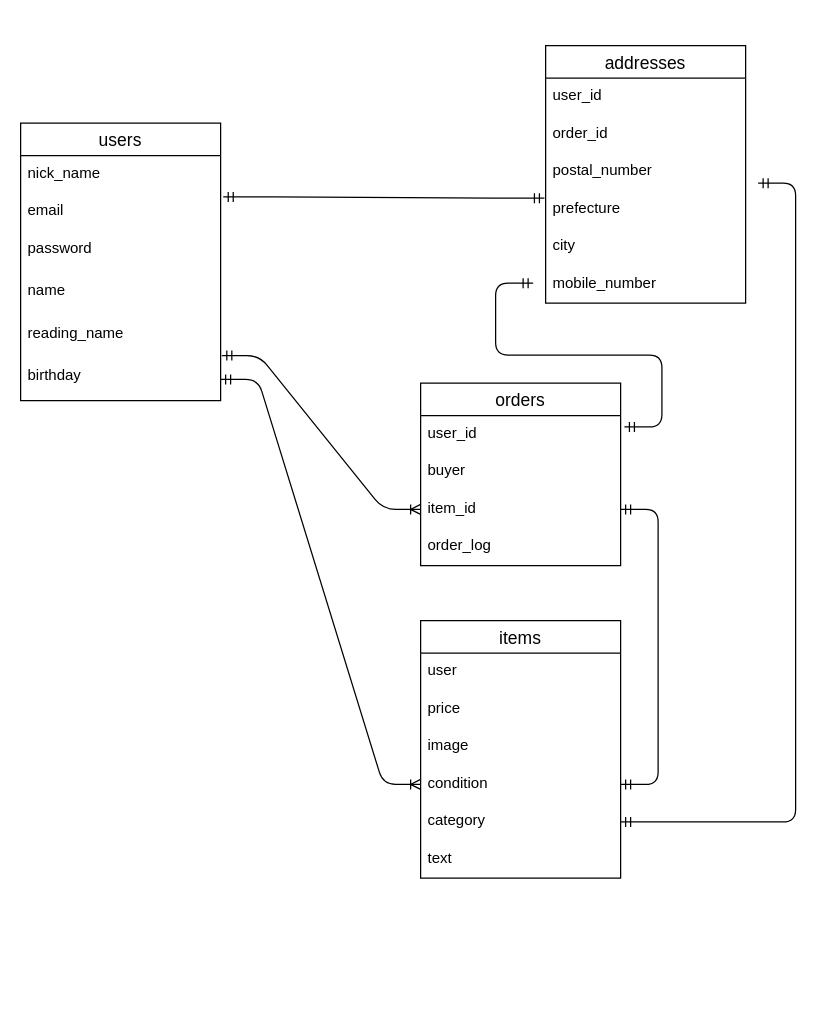
The draw.io diagram furima_ER.dio in naririri/furima-36244, before the edit. Source tidied: cells renumbered, new cells numbered last; positions are measured from the earlier drawing's top-left corner, leaving out a move shared by most shapes. Both pictures are drawn from the tidied source at 125%, with x=0, y=0 at pixel (20, 45).
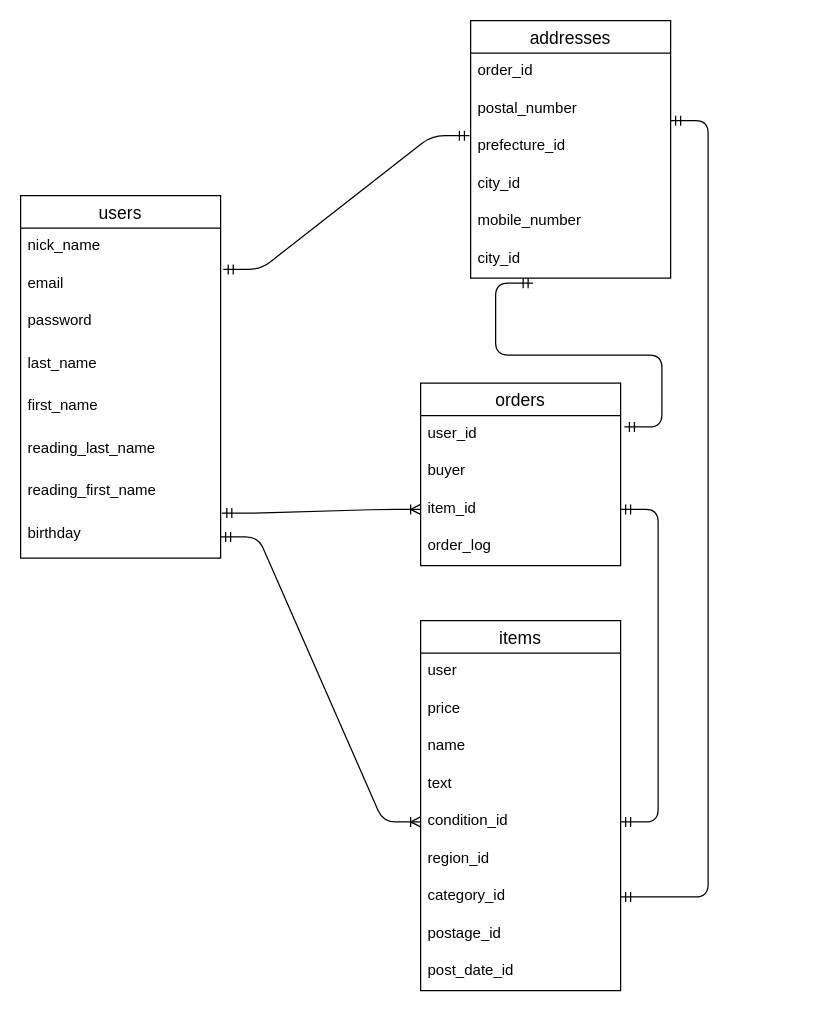
The same diagram, later.

Commit message (it also covers changes not shown here):
Issue3再提出

Change to the diagram source:
```diff
@@
     <mxCell id="2" value="users" style="swimlane;fontStyle=0;horizontal=1;startSize=26;align=center;fontSize=14;" parent="1" vertex="1">
-      <mxGeometry y="62" width="160" height="222" as="geometry" />
+      <mxGeometry y="120" width="160" height="290" as="geometry" />
     </mxCell>
@@
-    <mxCell id="6" value="name" style="text;strokeColor=none;fillColor=none;spacingLeft=4;spacingRight=4;overflow=hidden;fontSize=12;" parent="2" vertex="1">
+    <mxCell id="6" value="last_name" style="text;strokeColor=none;fillColor=none;spacingLeft=4;spacingRight=4;overflow=hidden;fontSize=12;" parent="2" vertex="1">
       <mxGeometry y="120" width="160" height="34" as="geometry" />
     </mxCell>
+    <mxCell id="34" value="first_name" style="text;strokeColor=none;fillColor=none;spacingLeft=4;spacingRight=4;overflow=hidden;fontSize=12;" parent="2" vertex="1">
+      <mxGeometry y="154" width="160" height="34" as="geometry" />
+    </mxCell>
-    <mxCell id="7" value="reading_name" style="text;strokeColor=none;fillColor=none;spacingLeft=4;spacingRight=4;overflow=hidden;fontSize=12;" parent="2" vertex="1">
-      <mxGeometry y="154" width="160" height="34" as="geometry" />
+    <mxCell id="7" value="reading_last_name" style="text;strokeColor=none;fillColor=none;spacingLeft=4;spacingRight=4;overflow=hidden;fontSize=12;" parent="2" vertex="1">
+      <mxGeometry y="188" width="160" height="34" as="geometry" />
     </mxCell>
+    <mxCell id="35" value="reading_first_name" style="text;strokeColor=none;fillColor=none;spacingLeft=4;spacingRight=4;overflow=hidden;fontSize=12;" parent="2" vertex="1">
+      <mxGeometry y="222" width="160" height="34" as="geometry" />
+    </mxCell>
     <mxCell id="8" value="birthday" style="text;strokeColor=none;fillColor=none;spacingLeft=4;spacingRight=4;overflow=hidden;points=[[0,0.5],[1,0.5]];portConstraint=eastwest;fontSize=12;" parent="2" vertex="1">
-      <mxGeometry y="188" width="160" height="34" as="geometry" />
+      <mxGeometry y="256" width="160" height="34" as="geometry" />
     </mxCell>
     <mxCell id="9" value="items" style="swimlane;fontStyle=0;horizontal=1;startSize=26;align=center;fontSize=14;" parent="1" vertex="1">
-      <mxGeometry x="320" y="460" width="160" height="206" as="geometry" />
+      <mxGeometry x="320" y="460" width="160" height="296" as="geometry" />
     </mxCell>
@@
-    <mxCell id="12" value="image" style="text;strokeColor=none;fillColor=none;spacingLeft=4;spacingRight=4;overflow=hidden;fontSize=12;" parent="9" vertex="1">
-      <mxGeometry y="86" width="160" height="30" as="geometry" />
-    </mxCell>
+    <mxCell id="36" value="name" style="text;strokeColor=none;fillColor=none;spacingLeft=4;spacingRight=4;overflow=hidden;fontSize=12;" parent="9" vertex="1">
+      <mxGeometry y="86" width="160" height="30" as="geometry" />
+    </mxCell>
+    <mxCell id="15" value="text" style="text;strokeColor=none;fillColor=none;spacingLeft=4;spacingRight=4;overflow=hidden;fontSize=12;" parent="9" vertex="1">
+      <mxGeometry y="116" width="160" height="30" as="geometry" />
+    </mxCell>
-    <mxCell id="13" value="condition" style="text;strokeColor=none;fillColor=none;spacingLeft=4;spacingRight=4;overflow=hidden;points=[[0,0.5],[1,0.5]];portConstraint=eastwest;fontSize=12;" parent="9" vertex="1">
-      <mxGeometry y="116" width="160" height="30" as="geometry" />
+    <mxCell id="13" value="condition_id&#10;" style="text;strokeColor=none;fillColor=none;spacingLeft=4;spacingRight=4;overflow=hidden;points=[[0,0.5],[1,0.5]];portConstraint=eastwest;fontSize=12;" parent="9" vertex="1">
+      <mxGeometry y="146" width="160" height="30" as="geometry" />
     </mxCell>
+    <mxCell id="37" value="region_id" style="text;strokeColor=none;fillColor=none;spacingLeft=4;spacingRight=4;overflow=hidden;fontSize=12;" parent="9" vertex="1">
+      <mxGeometry y="176" width="160" height="30" as="geometry" />
+    </mxCell>
-    <mxCell id="14" value="category" style="text;strokeColor=none;fillColor=none;spacingLeft=4;spacingRight=4;overflow=hidden;points=[[0,0.5],[1,0.5]];portConstraint=eastwest;fontSize=12;" parent="9" vertex="1">
-      <mxGeometry y="146" width="160" height="30" as="geometry" />
+    <mxCell id="14" value="category_id" style="text;strokeColor=none;fillColor=none;spacingLeft=4;spacingRight=4;overflow=hidden;points=[[0,0.5],[1,0.5]];portConstraint=eastwest;fontSize=12;" parent="9" vertex="1">
+      <mxGeometry y="206" width="160" height="30" as="geometry" />
     </mxCell>
-    <mxCell id="15" value="text" style="text;strokeColor=none;fillColor=none;spacingLeft=4;spacingRight=4;overflow=hidden;fontSize=12;" parent="9" vertex="1">
-      <mxGeometry y="176" width="160" height="30" as="geometry" />
-    </mxCell>
+    <mxCell id="38" value="postage_id" style="text;strokeColor=none;fillColor=none;spacingLeft=4;spacingRight=4;overflow=hidden;fontSize=12;" parent="9" vertex="1">
+      <mxGeometry y="236" width="160" height="30" as="geometry" />
+    </mxCell>
+    <mxCell id="39" value="post_date_id" style="text;strokeColor=none;fillColor=none;spacingLeft=4;spacingRight=4;overflow=hidden;fontSize=12;" parent="9" vertex="1">
+      <mxGeometry y="266" width="160" height="30" as="geometry" />
+    </mxCell>
     <mxCell id="16" value="addresses" style="swimlane;fontStyle=0;horizontal=1;startSize=26;align=center;fontSize=14;" parent="1" vertex="1">
-      <mxGeometry x="420" width="160" height="206" as="geometry" />
+      <mxGeometry x="360" y="-20" width="160" height="206" as="geometry" />
     </mxCell>
-    <mxCell id="17" value="user_id" style="text;strokeColor=none;fillColor=none;spacingLeft=4;spacingRight=4;overflow=hidden;fontSize=12;" parent="16" vertex="1">
-      <mxGeometry y="26" width="160" height="30" as="geometry" />
-    </mxCell>
     <mxCell id="18" value="order_id" style="text;strokeColor=none;fillColor=none;spacingLeft=4;spacingRight=4;overflow=hidden;fontSize=12;" parent="16" vertex="1">
-      <mxGeometry y="56" width="160" height="30" as="geometry" />
+      <mxGeometry y="26" width="160" height="30" as="geometry" />
     </mxCell>
     <mxCell id="19" value="postal_number" style="text;strokeColor=none;fillColor=none;spacingLeft=4;spacingRight=4;overflow=hidden;fontSize=12;" parent="16" vertex="1">
-      <mxGeometry y="86" width="160" height="30" as="geometry" />
+      <mxGeometry y="56" width="160" height="30" as="geometry" />
     </mxCell>
-    <mxCell id="20" value="prefecture" style="text;strokeColor=none;fillColor=none;spacingLeft=4;spacingRight=4;overflow=hidden;points=[[0,0.5],[1,0.5]];portConstraint=eastwest;fontSize=12;" parent="16" vertex="1">
-      <mxGeometry y="116" width="160" height="30" as="geometry" />
+    <mxCell id="20" value="prefecture_id" style="text;strokeColor=none;fillColor=none;spacingLeft=4;spacingRight=4;overflow=hidden;points=[[0,0.5],[1,0.5]];portConstraint=eastwest;fontSize=12;" parent="16" vertex="1">
+      <mxGeometry y="86" width="160" height="30" as="geometry" />
     </mxCell>
-    <mxCell id="21" value="city" style="text;strokeColor=none;fillColor=none;spacingLeft=4;spacingRight=4;overflow=hidden;fontSize=12;" parent="16" vertex="1">
-      <mxGeometry y="146" width="160" height="30" as="geometry" />
+    <mxCell id="21" value="city_id" style="text;strokeColor=none;fillColor=none;spacingLeft=4;spacingRight=4;overflow=hidden;fontSize=12;" parent="16" vertex="1">
+      <mxGeometry y="116" width="160" height="30" as="geometry" />
     </mxCell>
     <mxCell id="22" value="mobile_number" style="text;strokeColor=none;fillColor=none;spacingLeft=4;spacingRight=4;overflow=hidden;fontSize=12;" parent="16" vertex="1">
-      <mxGeometry y="176" width="160" height="30" as="geometry" />
+      <mxGeometry y="146" width="160" height="30" as="geometry" />
     </mxCell>
+    <mxCell id="40" value="city_id" style="text;strokeColor=none;fillColor=none;spacingLeft=4;spacingRight=4;overflow=hidden;fontSize=12;" parent="16" vertex="1">
+      <mxGeometry y="176" width="160" height="30" as="geometry" />
+    </mxCell>
@@
     <mxCell id="31" style="edgeStyle=entityRelationEdgeStyle;fontSize=12;html=1;endArrow=ERmandOne;startArrow=ERmandOne;entryX=1;entryY=0.5;entryDx=0;entryDy=0;" parent="1" edge="1" target="14">
       <mxGeometry relative="1" as="geometry">
-        <mxPoint x="590" y="110" as="sourcePoint" />
+        <mxPoint x="520" y="60" as="sourcePoint" />
       </mxGeometry>
     </mxCell>
```
